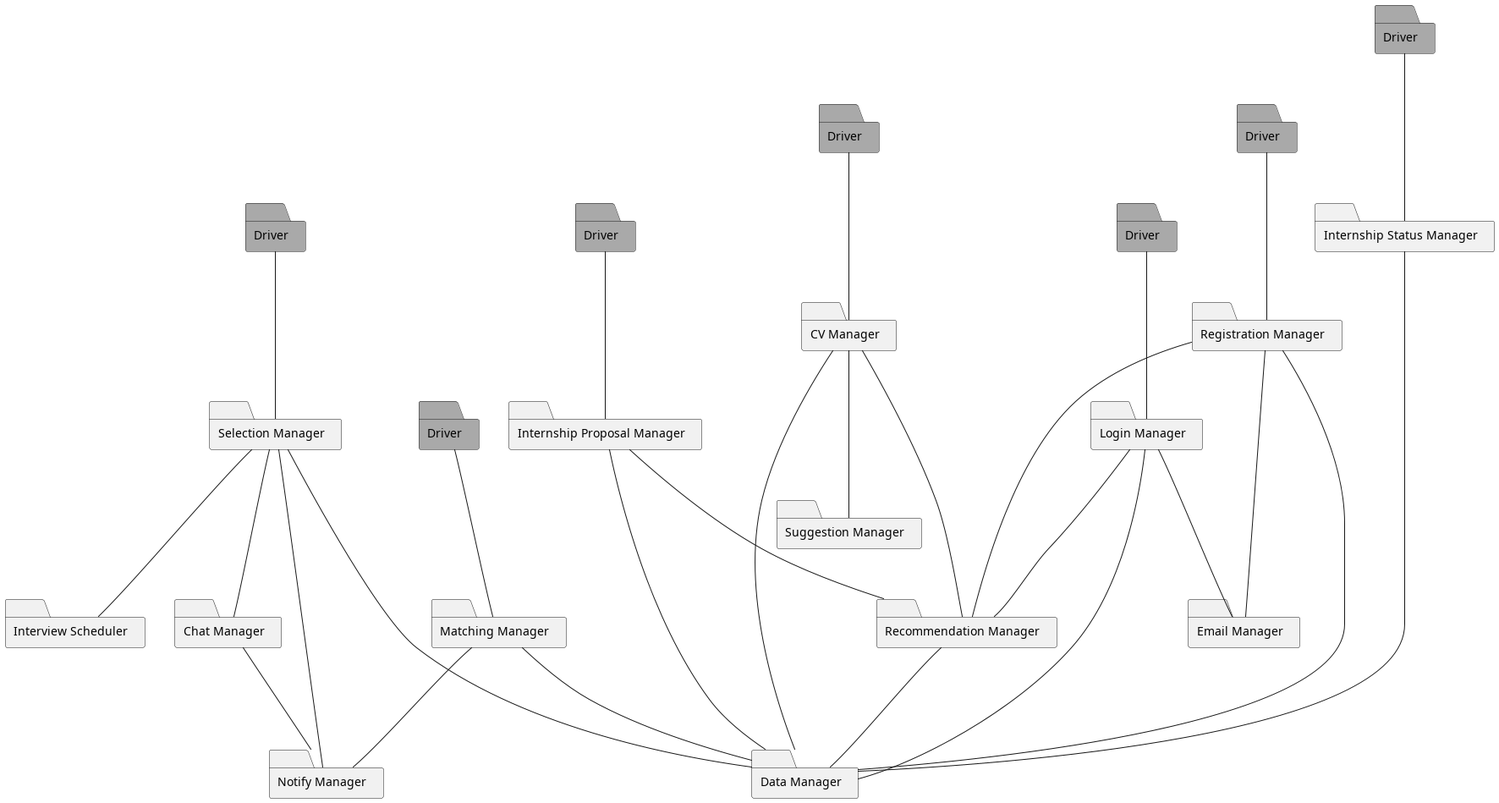
matti8702/R_and_DD_project_SE2 keeps this PlantUML diagram as DD/Implementation_integration_and_test_plan/uml_diagrams/feat7.png. Above is the earlier version. Its diagram source:
```plantuml
@startuml feat7

folder IM as "Internship Status Manager"
folder D7 as "Driver" #DarkGray
folder CH as "Chat Manager"
folder IS as "Interview Scheduler"
folder SE as "Selection Manager"
folder D6 as "Driver" #DarkGray
folder IP as "Internship Proposal Manager"
folder D4 as "Driver" #DarkGray
folder N as "Notify Manager"
folder M as "Matching Manager"
folder CV as "CV Manager"
folder SM as "Suggestion Manager"
folder D1 as "Driver" #DarkGray
folder D2 as "Driver" #DarkGray
folder D3 as "Driver" #DarkGray
folder D5 as "Driver" #DarkGray
folder RS as "Registration Manager"
folder L as "Login Manager"
folder EM as "Email Manager"
folder RM as "Recommendation Manager"
folder DM as "Data Manager"

D7 --- IM
IM ------- DM
D6 --- SE
SE --- IS
SE --- CH
CH --- N
SE --- DM
SE --- N
M --- DM
D5 --- M
D4 --- IP
IP --- DM
IP --- RM
M --- N
CV ---- RM
CV --- DM
CV --- SM
D3 --- CV
D1 --- L
D2 --- RS
L  --- EM
RS --- EM
L  --- RM
RS --- DM
L  --- DM
RS ---- RM
RM --- DM
@enduml
```
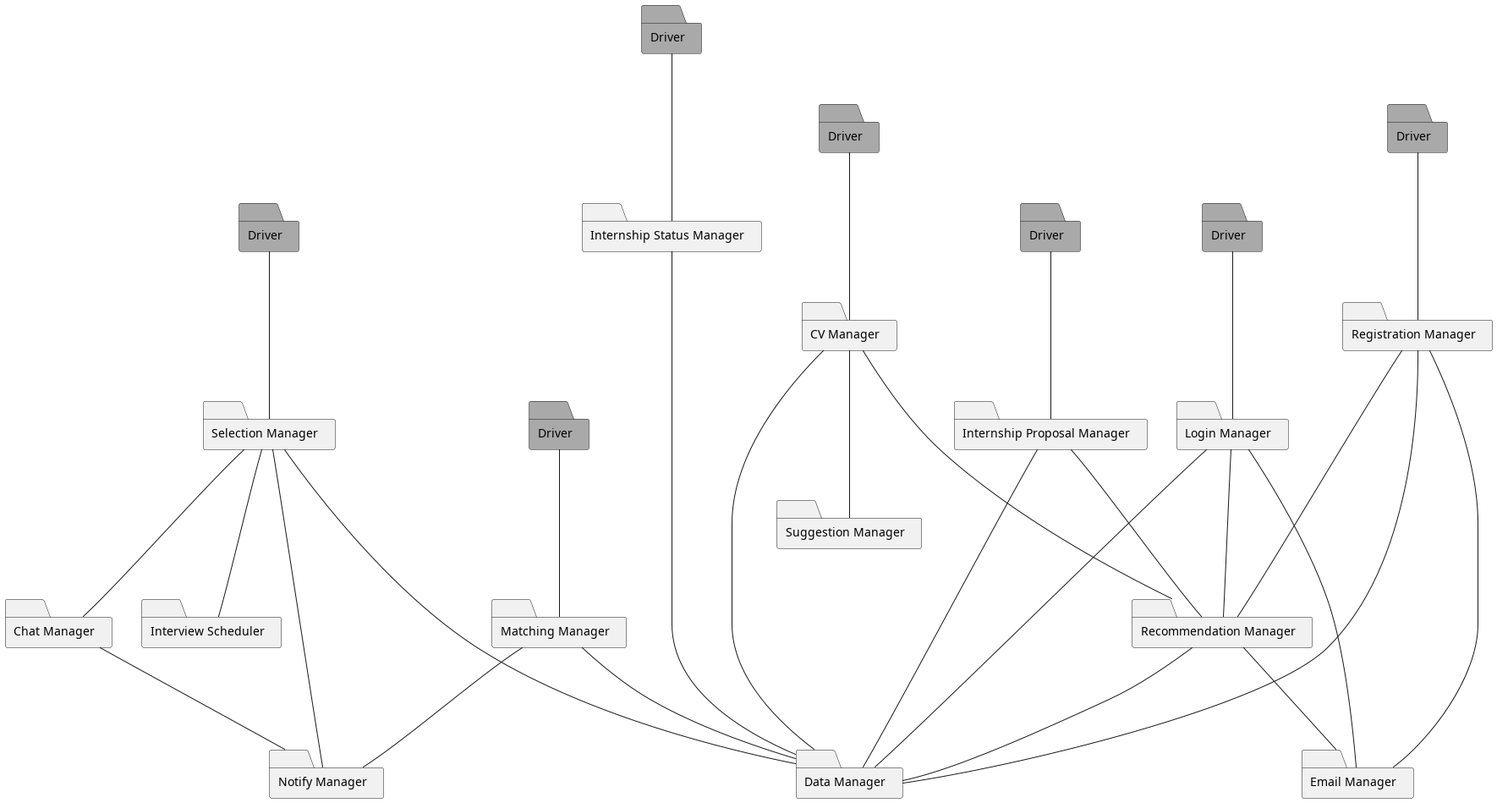
Later version of the same file.

The edit, as a diff of the source:
```diff
@@ -48,5 +48,6 @@
 RS --- DM
 L  --- DM
 RS ---- RM
+RM --- EM
 RM --- DM
 @enduml
```
